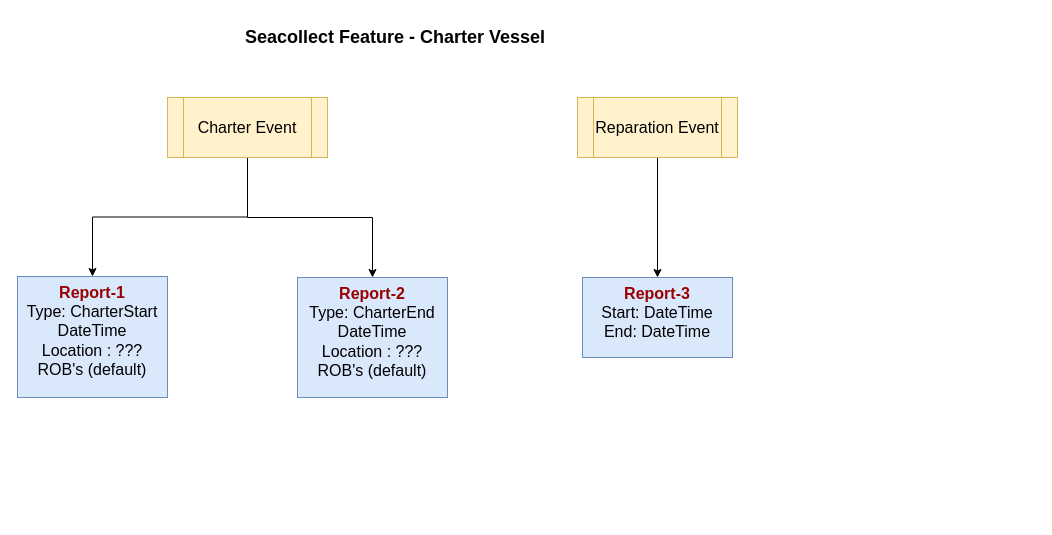
This is page "SC-Renting-Feature" (4 of 4) of mrvtool.drawio from dagistan-tuncbilek/tasarimlar, a draw.io file, before an edit. Source tidied: cells renumbered, new cells numbered last; positions are measured from the earlier drawing's top-left corner, leaving out a move shared by most shapes. Both pictures are drawn from the tidied source at 100%, with x=0, y=0 at pixel (17, 17).
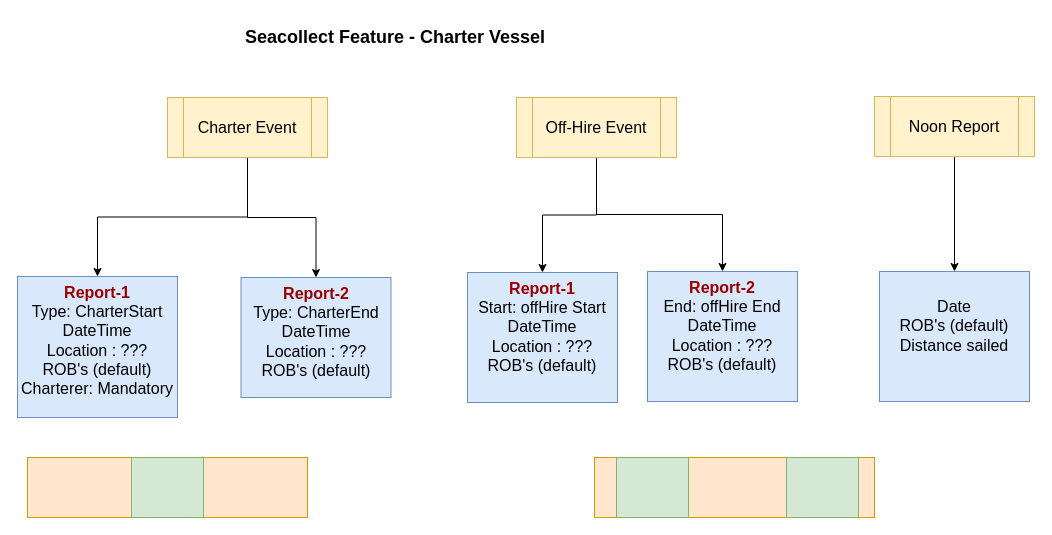
After the change.

Change to the diagram source:
```diff
@@
+    <mxCell id="11" style="edgeStyle=orthogonalEdgeStyle;rounded=0;jettySize=auto;html=1;" parent="1" edge="1" source="7" target="12">
+      <mxGeometry relative="1" as="geometry" />
+    </mxCell>
-    <mxCell id="7" value="Reparation Event" style="shape=process;whiteSpace=wrap;html=1;backgroundOutline=1;fontSize=16;fillColor=#fff2cc;strokeColor=#d6b656;" parent="1" vertex="1">
-      <mxGeometry x="560" y="80" width="160" height="60" as="geometry" />
+    <mxCell id="7" value="Off-Hire Event" style="shape=process;whiteSpace=wrap;html=1;backgroundOutline=1;fontSize=16;fillColor=#fff2cc;strokeColor=#d6b656;" parent="1" vertex="1">
+      <mxGeometry x="499" y="80" width="160" height="60" as="geometry" />
     </mxCell>
-    <mxCell id="8" value="&lt;div&gt;&lt;font color=&quot;#990000&quot;&gt;&lt;b&gt;Report-1&lt;/b&gt;&lt;/font&gt;&lt;br&gt;&lt;/div&gt;&lt;div&gt;Type: CharterStart&lt;br&gt;&lt;/div&gt;&lt;div&gt;DateTime&lt;/div&gt;&lt;div&gt;Location : ???&lt;br&gt;&lt;/div&gt;&lt;div&gt;ROB's (default)&lt;br&gt;&lt;/div&gt;" style="rounded=0;whiteSpace=wrap;html=1;fontSize=16;align=center;fillColor=#dae8fc;strokeColor=#6c8ebf;verticalAlign=top;" parent="1" vertex="1">
-      <mxGeometry y="259" width="150" height="121" as="geometry" />
+    <mxCell id="8" value="&lt;div&gt;&lt;font color=&quot;#990000&quot;&gt;&lt;b&gt;Report-1&lt;/b&gt;&lt;/font&gt;&lt;br&gt;&lt;/div&gt;&lt;div&gt;Type: CharterStart&lt;br&gt;&lt;/div&gt;&lt;div&gt;DateTime&lt;/div&gt;&lt;div&gt;Location : ???&lt;br&gt;&lt;/div&gt;&lt;div&gt;ROB's (default)&lt;/div&gt;&lt;div&gt;Charterer: Mandatory &lt;br&gt;&lt;/div&gt;" style="rounded=0;whiteSpace=wrap;html=1;fontSize=16;align=center;fillColor=#dae8fc;strokeColor=#6c8ebf;verticalAlign=top;" parent="1" vertex="1">
+      <mxGeometry y="259" width="160" height="141" as="geometry" />
     </mxCell>
     <mxCell id="9" value="&lt;div&gt;&lt;font color=&quot;#990000&quot;&gt;&lt;b&gt;Report-2&lt;/b&gt;&lt;/font&gt;&lt;/div&gt;&lt;div&gt;Type: CharterEnd&lt;/div&gt;&lt;div&gt;DateTime&lt;/div&gt;&lt;div&gt;Location : ???&lt;br&gt;&lt;/div&gt;&lt;div&gt;ROB's (default)&lt;br&gt;&lt;/div&gt;" style="rounded=0;whiteSpace=wrap;html=1;fontSize=16;align=center;fillColor=#dae8fc;strokeColor=#6c8ebf;verticalAlign=top;" parent="1" vertex="1">
-      <mxGeometry x="280" y="260" width="150" height="120" as="geometry" />
+      <mxGeometry x="223.5" y="260" width="150" height="120" as="geometry" />
     </mxCell>
-    <mxCell id="10" value="&lt;div&gt;&lt;font color=&quot;#990000&quot;&gt;&lt;b&gt;Report-3&lt;/b&gt;&lt;/font&gt;&lt;/div&gt;&lt;div&gt;Start: DateTime&lt;/div&gt;&lt;div&gt;End: DateTime&lt;/div&gt;" style="rounded=0;whiteSpace=wrap;html=1;fontSize=16;align=center;fillColor=#dae8fc;strokeColor=#6c8ebf;verticalAlign=top;" parent="1" vertex="1">
-      <mxGeometry x="565" y="260" width="150" height="80" as="geometry" />
+    <mxCell id="10" value="&lt;div&gt;&lt;font color=&quot;#990000&quot;&gt;&lt;b&gt;Report-1&lt;/b&gt;&lt;/font&gt;&lt;/div&gt;&lt;div&gt;Start: offHire Start&lt;br&gt;&lt;/div&gt;&lt;div&gt;&lt;div&gt;DateTime&lt;/div&gt;&lt;div&gt;Location : ???&lt;br&gt;&lt;/div&gt;ROB's (default)&lt;/div&gt;" style="rounded=0;whiteSpace=wrap;html=1;fontSize=16;align=center;fillColor=#dae8fc;strokeColor=#6c8ebf;verticalAlign=top;" parent="1" vertex="1">
+      <mxGeometry x="450" y="255" width="150" height="130" as="geometry" />
     </mxCell>
+    <mxCell id="12" value="&lt;div&gt;&lt;font color=&quot;#990000&quot;&gt;&lt;b&gt;Report-2&lt;/b&gt;&lt;/font&gt;&lt;/div&gt;&lt;div&gt;End: offHire End&lt;/div&gt;&lt;div&gt;&lt;div&gt;DateTime&lt;/div&gt;&lt;div&gt;Location : ???&lt;br&gt;&lt;/div&gt;ROB's (default)&lt;/div&gt;" style="rounded=0;whiteSpace=wrap;html=1;fontSize=16;align=center;fillColor=#dae8fc;strokeColor=#6c8ebf;verticalAlign=top;" parent="1" vertex="1">
+      <mxGeometry x="630" y="254" width="150" height="130" as="geometry" />
+    </mxCell>
+    <mxCell id="13" style="rounded=0;whiteSpace=wrap;html=1;fillColor=#ffe6cc;strokeColor=#d79b00;" parent="1" vertex="1">
+      <mxGeometry x="10" y="440" width="280" height="60" as="geometry" />
+    </mxCell>
+    <mxCell id="14" style="rounded=0;whiteSpace=wrap;html=1;fillColor=#d5e8d4;strokeColor=#82b366;" parent="1" vertex="1">
+      <mxGeometry x="114" y="440" width="72" height="60" as="geometry" />
+    </mxCell>
+    <mxCell id="15" style="rounded=0;whiteSpace=wrap;html=1;fillColor=#ffe6cc;strokeColor=#d79b00;" parent="1" vertex="1">
+      <mxGeometry x="577" y="440" width="280" height="60" as="geometry" />
+    </mxCell>
+    <mxCell id="16" style="rounded=0;whiteSpace=wrap;html=1;fillColor=#d5e8d4;strokeColor=#82b366;" parent="1" vertex="1">
+      <mxGeometry x="769" y="440" width="72" height="60" as="geometry" />
+    </mxCell>
+    <mxCell id="17" style="rounded=0;whiteSpace=wrap;html=1;fillColor=#d5e8d4;strokeColor=#82b366;" parent="1" vertex="1">
+      <mxGeometry x="599" y="440" width="72" height="60" as="geometry" />
+    </mxCell>
+    <mxCell id="18" style="edgeStyle=orthogonalEdgeStyle;rounded=0;jettySize=auto;html=1;entryX=0.5;entryY=0;entryDx=0;entryDy=0;" parent="1" edge="1" source="19" target="20">
+      <mxGeometry relative="1" as="geometry" />
+    </mxCell>
+    <mxCell id="19" value="Noon Report" style="shape=process;whiteSpace=wrap;html=1;backgroundOutline=1;fontSize=16;fillColor=#fff2cc;strokeColor=#d6b656;" parent="1" vertex="1">
+      <mxGeometry x="857" y="79" width="160" height="60" as="geometry" />
+    </mxCell>
+    <mxCell id="20" value="&lt;div&gt;&lt;br&gt;&lt;/div&gt;&lt;div&gt;Date&lt;br&gt;&lt;/div&gt;&lt;div&gt;ROB's (default)&lt;/div&gt;&lt;div&gt;Distance  sailed&lt;/div&gt;" style="rounded=0;whiteSpace=wrap;html=1;fontSize=16;align=center;fillColor=#dae8fc;strokeColor=#6c8ebf;verticalAlign=top;" parent="1" vertex="1">
+      <mxGeometry x="862" y="254" width="150" height="130" as="geometry" />
+    </mxCell>
```
